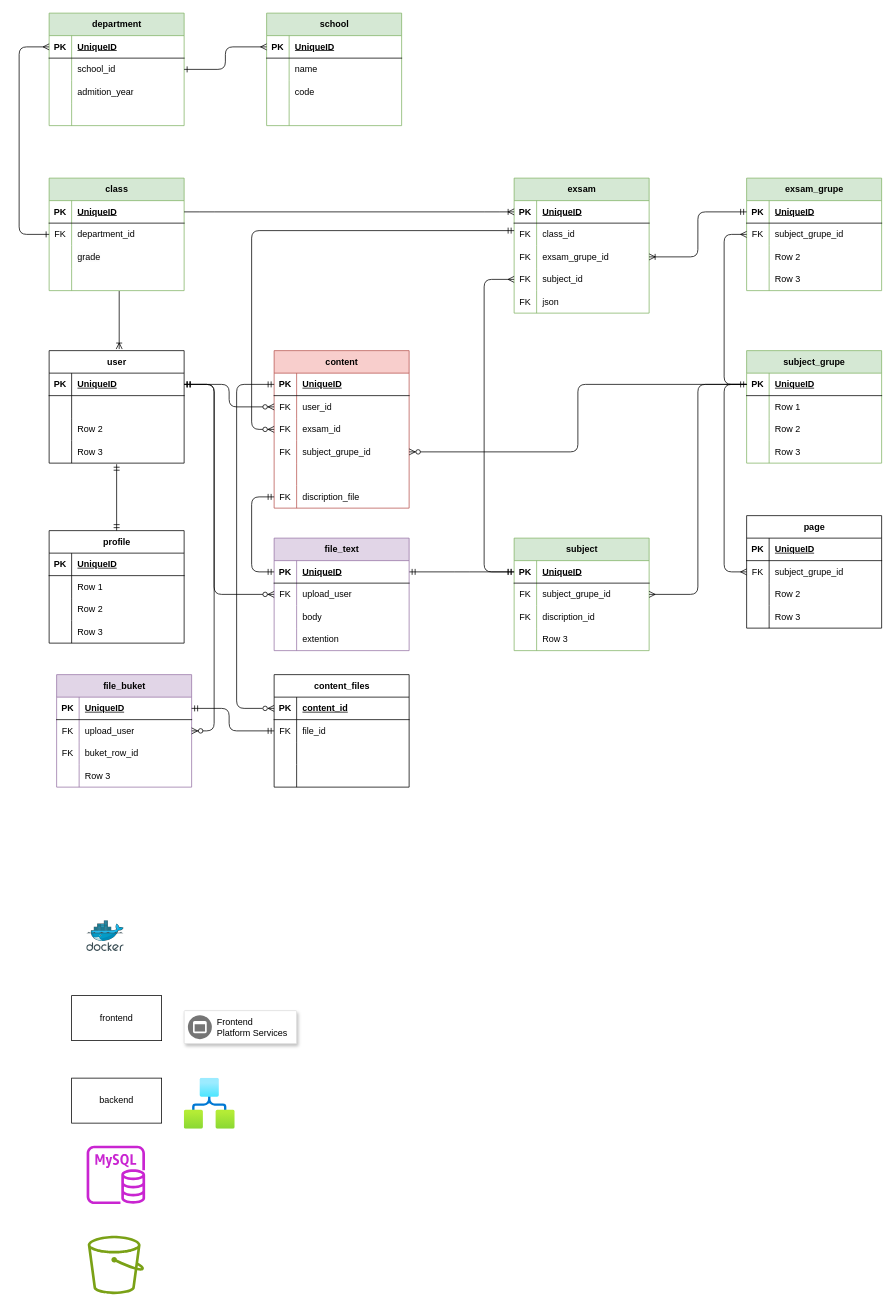
This is backend/docs/QE.dio from ren255/ResoHub, a draw.io file, before an edit. Source tidied: cells renumbered, new cells numbered last; positions are measured from the earlier drawing's top-left corner, leaving out a move shared by most shapes. Both pictures are drawn from the tidied source at 75%, with x=0, y=0 at pixel (19, 13).
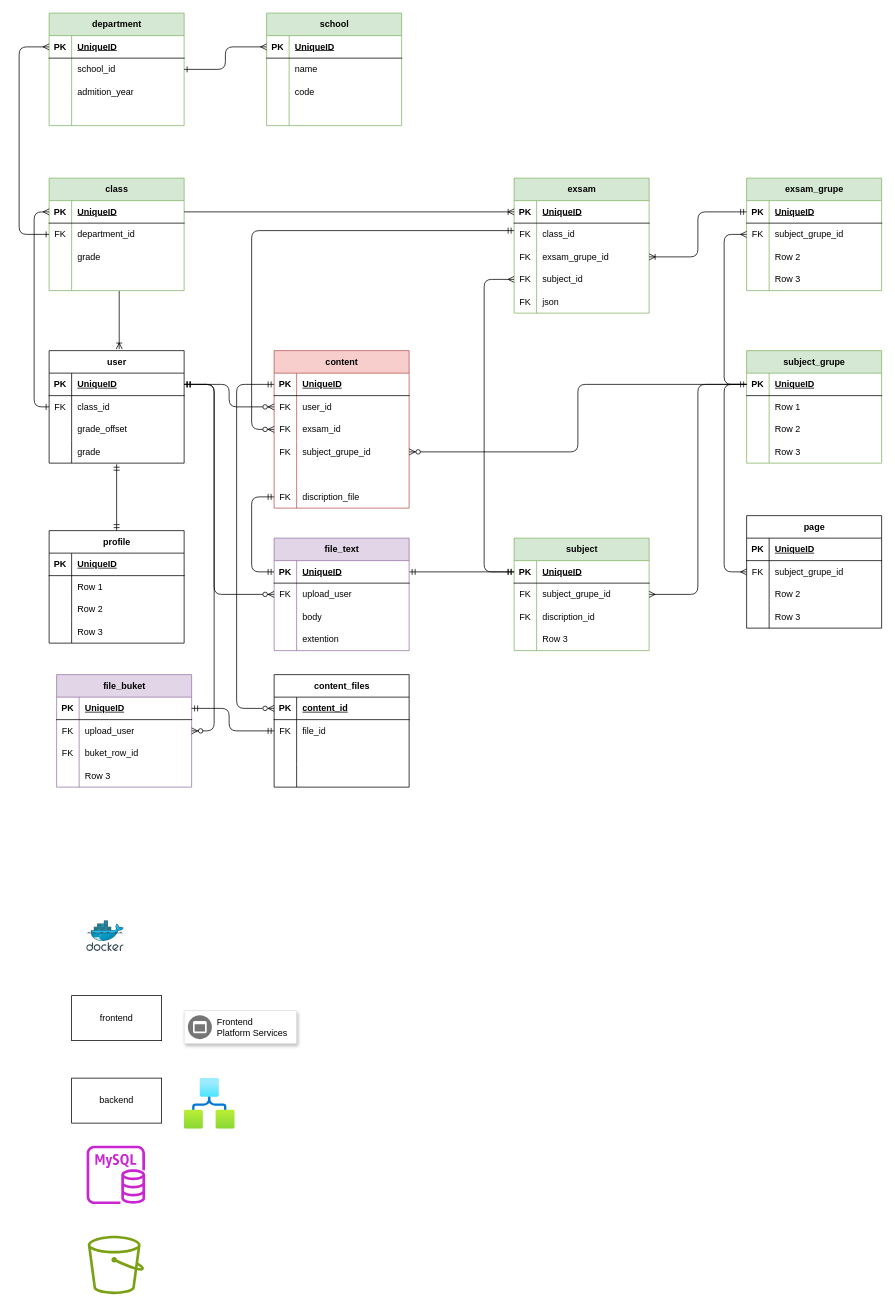
After the change.

The change refers to these unchanged cells:
```xml
<mxCell id="9" style="shape=tableRow;horizontal=0;startSize=0;swimlaneHead=0;swimlaneBody=0;fillColor=none;points=[[0,0.5],[1,0.5]];portConstraint=eastwest;top=0;left=0;right=0;bottom=1;" parent="8" vertex="1">
  <mxGeometry y="30" width="180" height="30" as="geometry" />
</mxCell>
<mxCell id="80" style="shape=tableRow;horizontal=0;startSize=0;swimlaneHead=0;swimlaneBody=0;fillColor=none;points=[[0,0.5],[1,0.5]];portConstraint=eastwest;top=0;left=0;right=0;bottom=0;" parent="76" vertex="1">
  <mxGeometry y="60" width="180" height="30" as="geometry" />
</mxCell>
<mxCell id="83" style="shape=tableRow;horizontal=0;startSize=0;swimlaneHead=0;swimlaneBody=0;fillColor=none;top=0;left=0;right=0;bottom=0;" parent="76" vertex="1">
  <mxGeometry y="90" width="180" height="30" as="geometry" />
</mxCell>
<mxCell id="86" style="shape=tableRow;horizontal=0;startSize=0;swimlaneHead=0;swimlaneBody=0;fillColor=none;points=[[0,0.5],[1,0.5]];portConstraint=eastwest;top=0;left=0;right=0;bottom=0;" parent="76" vertex="1">
  <mxGeometry y="120" width="180" height="30" as="geometry" />
</mxCell>
```

The edit, as a diff of the source:
```diff
@@
-    <mxCell id="81" style="shape=partialRectangle;fillColor=none;top=0;left=0;bottom=0;right=0;overflow=hidden;whiteSpace=wrap;html=1;" parent="80" vertex="1">
+    <mxCell id="81" value="FK" style="shape=partialRectangle;fillColor=none;top=0;left=0;bottom=0;right=0;overflow=hidden;whiteSpace=wrap;html=1;" parent="80" vertex="1">
       <mxGeometry width="30" height="30" as="geometry" />
     </mxCell>
-    <mxCell id="82" style="shape=partialRectangle;fillColor=none;top=0;left=0;bottom=0;right=0;align=left;spacingLeft=6;overflow=hidden;whiteSpace=wrap;html=1;" parent="80" vertex="1">
+    <mxCell id="82" value="class_id" style="shape=partialRectangle;fillColor=none;top=0;left=0;bottom=0;right=0;align=left;spacingLeft=6;overflow=hidden;whiteSpace=wrap;html=1;" parent="80" vertex="1">
       <mxGeometry x="30" width="150" height="30" as="geometry" />
     </mxCell>
@@
-    <mxCell id="85" value="Row 2" style="shape=partialRectangle;fillColor=none;top=0;left=0;bottom=0;right=0;align=left;spacingLeft=6;overflow=hidden;whiteSpace=wrap;html=1;" parent="83" vertex="1">
+    <mxCell id="85" value="grade_offset" style="shape=partialRectangle;fillColor=none;top=0;left=0;bottom=0;right=0;align=left;spacingLeft=6;overflow=hidden;whiteSpace=wrap;html=1;" parent="83" vertex="1">
       <mxGeometry x="30" width="150" height="30" as="geometry" />
     </mxCell>
@@
-    <mxCell id="88" value="Row 3" style="shape=partialRectangle;fillColor=none;top=0;left=0;bottom=0;right=0;align=left;spacingLeft=6;overflow=hidden;whiteSpace=wrap;html=1;" parent="86" vertex="1">
+    <mxCell id="88" value="grade" style="shape=partialRectangle;fillColor=none;top=0;left=0;bottom=0;right=0;align=left;spacingLeft=6;overflow=hidden;whiteSpace=wrap;html=1;" parent="86" vertex="1">
       <mxGeometry x="30" width="150" height="30" as="geometry" />
     </mxCell>
@@
+    <mxCell id="221" style="edgeStyle=elbowEdgeStyle;html=1;exitX=0;exitY=0.5;exitDx=0;exitDy=0;entryX=0;entryY=0.5;entryDx=0;entryDy=0;startArrow=ERone;startFill=0;endArrow=ERmany;endFill=0;" parent="1" edge="1" source="80" target="9">
+      <mxGeometry relative="1" as="geometry">
+        <Array as="points">
+          <mxPoint x="20" y="390" />
+        </Array>
+      </mxGeometry>
+    </mxCell>
```
